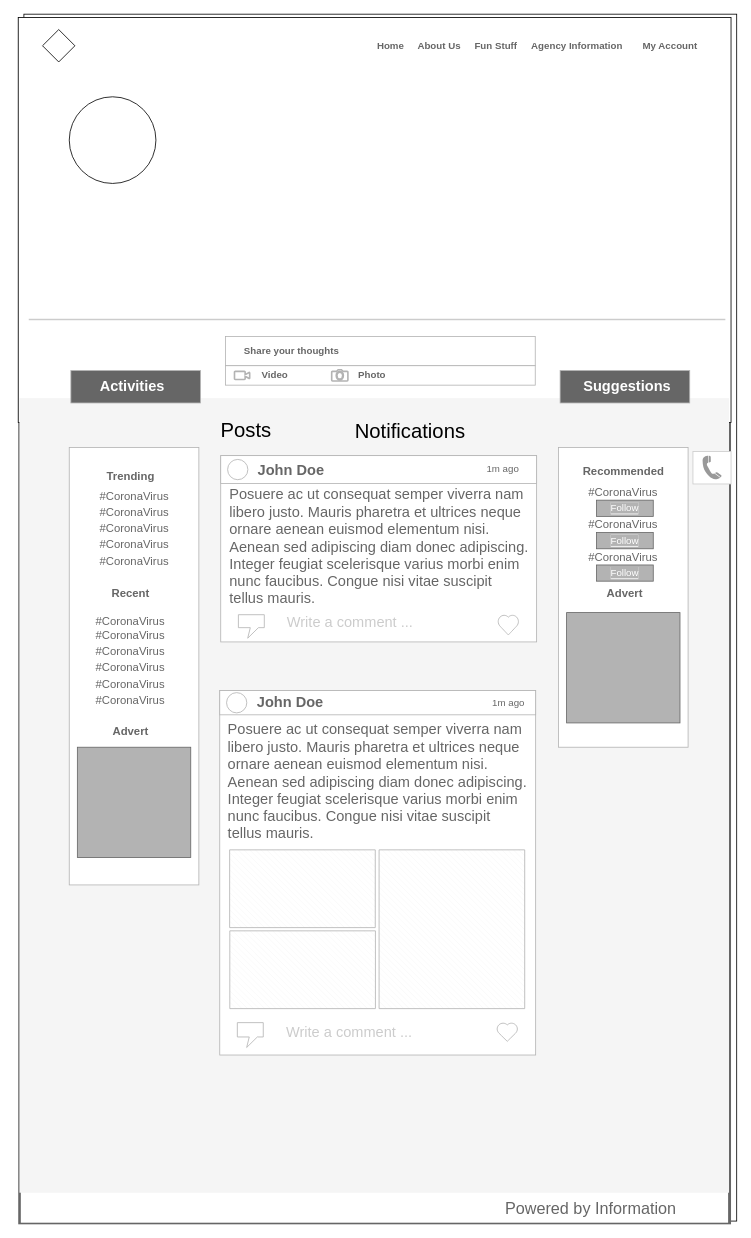
The draw.io diagram page "Profile-page" (2 of 2) of CreateAcct.drawio in opeyemi-jonah/Ace-challenge, before the edit. Source tidied: cells renumbered, new cells numbered last; positions are measured from the earlier drawing's top-left corner, leaving out a move shared by most shapes. Both pictures are drawn from the tidied source at 81%, with x=0, y=0 at pixel (18, 14). Pictures stored in the file or linked from it are replaced by grey dashed boxes.
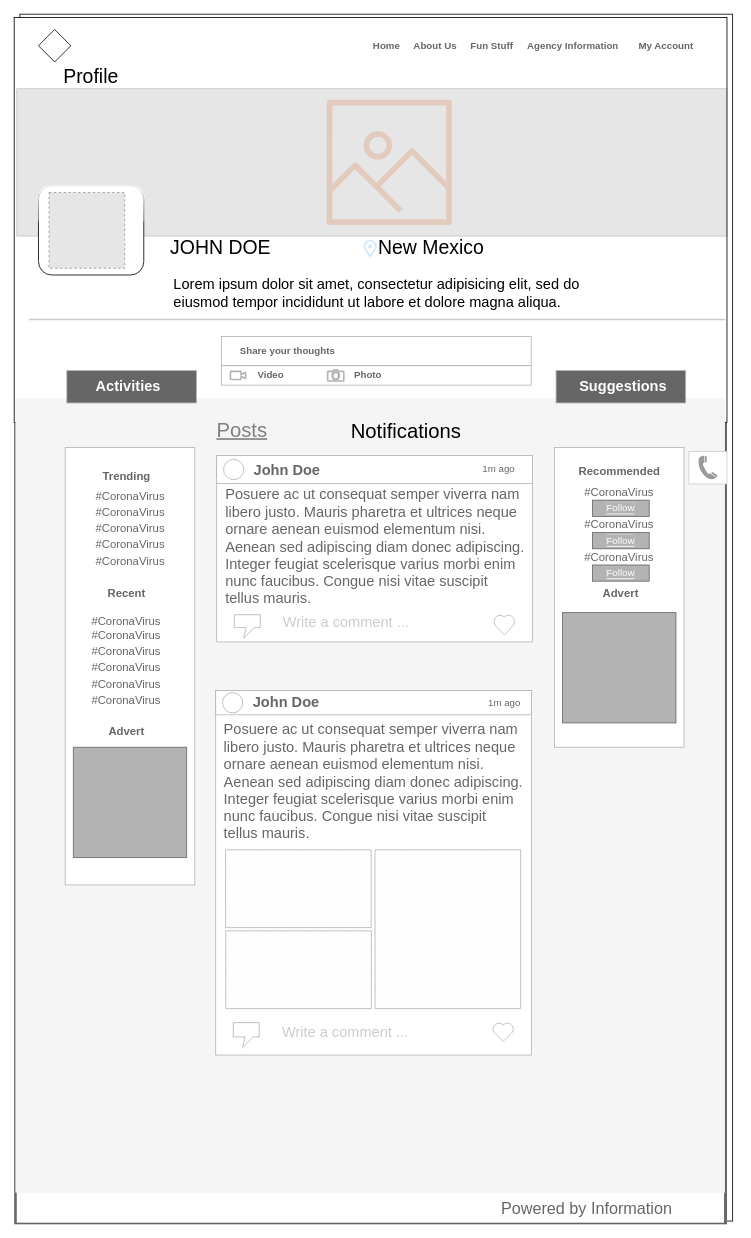
The same diagram, later.

Commit message:
working on profile page

The change refers to these unchanged cells:
```xml
<mxCell id="6" style="group;fillColor=#666666;" parent="5" vertex="1">
  <mxGeometry width="880" height="1490" as="geometry" />
</mxCell>
```

What changed in the source:
```diff
@@
     <mxCell id="2" style="group;" parent="1" vertex="1">
-      <mxGeometry x="7" width="880" height="1490" as="geometry" />
+      <mxGeometry x="3" width="880" height="1490" as="geometry" />
     </mxCell>
     <mxCell id="3" style="group;strokeColor=#000000;" parent="2" vertex="1">
-      <mxGeometry width="880" height="1490" as="geometry" />
+      <mxGeometry x="-1" width="880" height="1490" as="geometry" />
     </mxCell>
@@
-    <mxCell id="95" style="ellipse;whiteSpace=wrap;html=1;" parent="6" vertex="1">
-      <mxGeometry x="63" y="98" width="107" height="107" as="geometry" />
-    </mxCell>
-    <mxCell id="96" value="Posts" style="text;html=1;strokeColor=none;fillColor=none;align=center;verticalAlign=middle;whiteSpace=wrap;rounded=0;fontSize=25;fontColor=#000000;opacity=20;" parent="6" vertex="1">
+    <mxCell id="96" value="Posts" style="text;html=1;strokeColor=none;fillColor=none;align=center;verticalAlign=middle;whiteSpace=wrap;rounded=0;fontSize=25;opacity=20;fontStyle=4;fontColor=#808080;" parent="6" vertex="1">
       <mxGeometry x="253" y="498" width="57" height="20" as="geometry" />
     </mxCell>
@@
+    <mxCell id="99" style="rounded=0;whiteSpace=wrap;html=1;strokeColor=#000000;fillColor=#808080;fontSize=25;fontColor=#808080;opacity=20;" parent="6" vertex="1">
+      <mxGeometry x="3.2" y="88" width="876.8" height="182" as="geometry" />
+    </mxCell>
+    <mxCell id="100" style="rounded=1;whiteSpace=wrap;html=1;labelBackgroundColor=#ffffff;fontSize=25;glass=1;shadow=0;sketch=0;" parent="6" vertex="1">
+      <mxGeometry x="30" y="208" width="130" height="110" as="geometry" />
+    </mxCell>
+    <mxCell id="101" style="fillColor=#E6E6E6;strokeColor=#999999;dashed=1;html=1;verticalAlign=top;verticalLabelPosition=bottom;labelBackgroundColor=#ffffff;fontSize=25;fontColor=#FFFFFF;" parent="6" vertex="1">
+      <mxGeometry x="43" y="216.2" width="93.5" height="93.5" as="geometry" />
+    </mxCell>
+    <mxCell id="102" value="&lt;font style=&quot;font-size: 24px&quot;&gt;JOHN DOE&lt;/font&gt;" style="text;html=1;strokeColor=none;fillColor=none;align=center;verticalAlign=middle;whiteSpace=wrap;rounded=0;" parent="6" vertex="1">
+      <mxGeometry x="178.5" y="270" width="152" height="30" as="geometry" />
+    </mxCell>
+    <mxCell id="103" value="&lt;font style=&quot;font-size: 24px&quot;&gt;New Mexico&lt;/font&gt;" style="text;html=1;strokeColor=none;fillColor=none;align=center;verticalAlign=middle;whiteSpace=wrap;rounded=0;" parent="6" vertex="1">
+      <mxGeometry x="438.5" y="270" width="152" height="30" as="geometry" />
+    </mxCell>
+    <mxCell id="104" style="html=1;verticalLabelPosition=bottom;align=center;labelBackgroundColor=#ffffff;verticalAlign=top;strokeWidth=2;strokeColor=#0080F0;shadow=0;dashed=0;shape=mxgraph.ios7.icons.location;rounded=1;glass=1;sketch=0;fillColor=#FFFFFF;fontSize=25;fontColor=#FFFFFF;opacity=20;" parent="6" vertex="1">
+      <mxGeometry x="431.8" y="275" width="15.5" height="20" as="geometry" />
+    </mxCell>
+    <mxCell id="105" value="&lt;h1 style=&quot;font-size: 18px;&quot;&gt;&lt;span style=&quot;font-size: 18px; font-weight: normal;&quot;&gt;Lorem ipsum dolor sit amet, consectetur adipisicing elit, sed do eiusmod tempor incididunt ut labore et dolore magna aliqua.&lt;/span&gt;&lt;br style=&quot;font-size: 18px;&quot;&gt;&lt;/h1&gt;" style="text;html=1;strokeColor=none;fillColor=none;spacing=5;spacingTop=-20;whiteSpace=wrap;overflow=hidden;rounded=0;shadow=0;glass=1;labelBackgroundColor=#ffffff;sketch=0;fontSize=18;opacity=20;" parent="6" vertex="1">
+      <mxGeometry x="191.5" y="318" width="563.5" height="46" as="geometry" />
+    </mxCell>
+    <mxCell id="106" style="fontColor=#232F3E;gradientColor=none;fillColor=#D05C17;strokeColor=none;dashed=0;verticalLabelPosition=bottom;verticalAlign=top;align=center;html=1;fontSize=12;fontStyle=0;shape=mxgraph.aws4.container_registry_image;rounded=1;shadow=0;glass=1;labelBackgroundColor=#ffffff;sketch=0;opacity=20;" parent="6" vertex="1">
+      <mxGeometry x="385.8" y="101.8" width="154.5" height="154.5" as="geometry" />
+    </mxCell>
+    <mxCell id="107" value="&lt;font style=&quot;font-size: 24px&quot;&gt;Profile&lt;/font&gt;" style="text;html=1;strokeColor=none;fillColor=none;align=center;verticalAlign=middle;whiteSpace=wrap;rounded=0;" parent="6" vertex="1">
+      <mxGeometry x="19" y="58" width="152" height="30" as="geometry" />
+    </mxCell>
```
